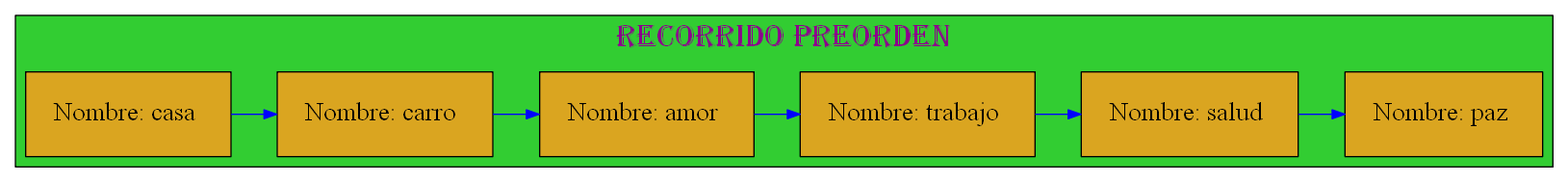
This is Graficas/Recorrido_Preorden.dot.png from mariotun/EDD_1S2020_PY1_201602942, a Graphviz export, as it was before one commit. Its source is kept beside it as Graficas/Recorrido_Preorden.dot.
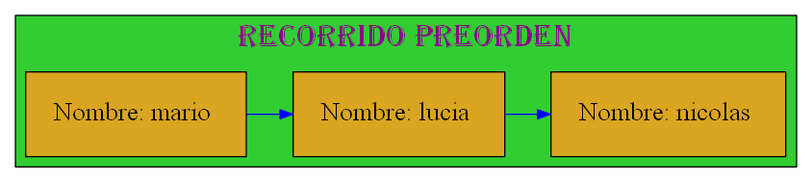
The same file after the commit.

Diff of the diagram source:
```diff
@@ -13,14 +13,11 @@
 node[margin=0.3 shape=box style=filled fontcolor=black fillcolor=goldenrod fontsize=20];
 {rank=same;
 
-25770475840[label="Nombre: casa " ];
-25770476048[label="Nombre: carro " ];
-25770476704[label="Nombre: amor " ];
-25770476448[label="Nombre: trabajo " ];
-25770476256[label="Nombre: salud " ];
-25770477264[label="Nombre: paz " ];
+25770476720[label="Nombre: mario " ];
+25770489296[label="Nombre: lucia " ];
+25770490768[label="Nombre: nicolas " ];
 };
-25770475840 -> 25770476048 -> 25770476704 -> 25770476448 -> 25770476256 -> 25770477264
+25770476720 -> 25770489296 -> 25770490768
 
 [color=blue ];
 }
```
